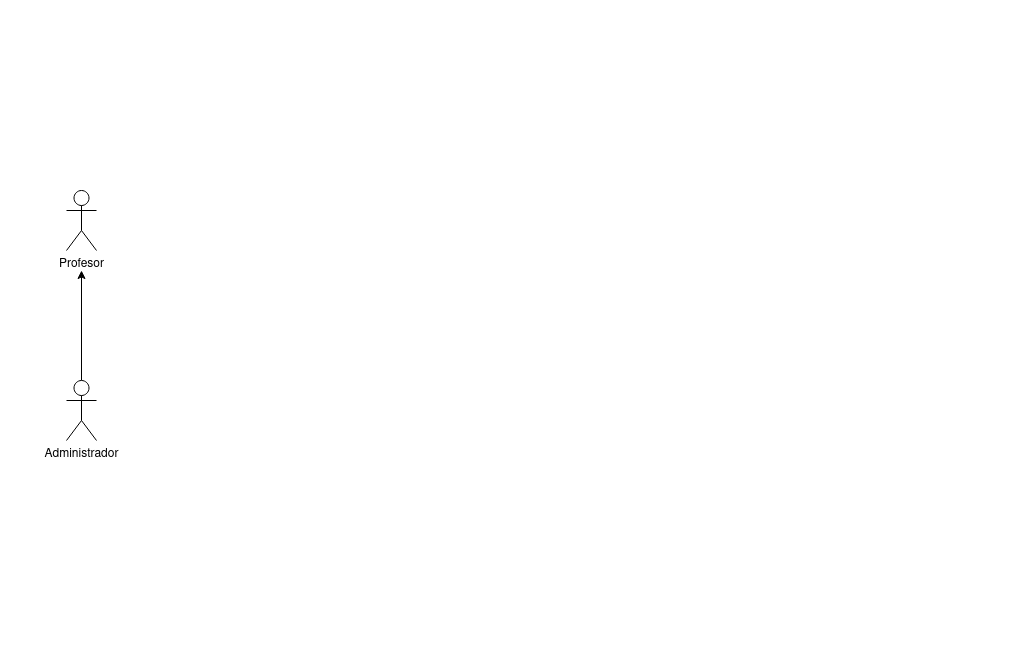
Above: Tareas/casosUso/Tarea6-Gestión Profesores/img/GestionProfesores.drawio.png in colidom/ets (draw.io), before the change. Source tidied: cells renumbered, new cells last; positions are measured from the earlier drawing's top-left corner, leaving out a move shared by most shapes.
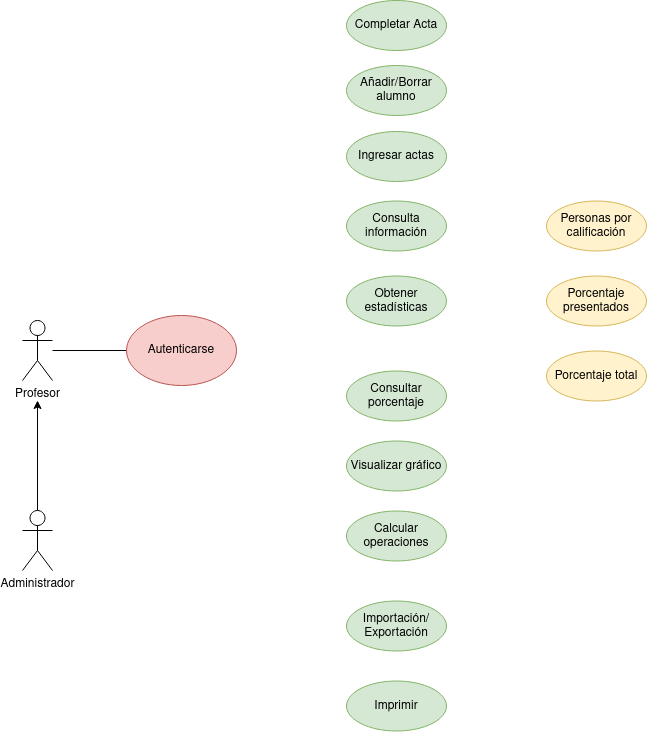
After the change.

What changed in the source:
```diff
@@ -2,9 +2,6 @@
   <root>
     <mxCell id="0" />
     <mxCell id="1" parent="0" />
-    <mxCell id="2" style="rounded=0;whiteSpace=wrap;html=1;strokeColor=none;" parent="1" vertex="1">
-      <mxGeometry width="1020" height="660" as="geometry" />
-    </mxCell>
     <mxCell id="3" value="Profesor" style="shape=umlActor;verticalLabelPosition=bottom;verticalAlign=top;html=1;outlineConnect=0;" parent="1" vertex="1">
       <mxGeometry x="66" y="190" width="30" height="60" as="geometry" />
     </mxCell>
@@ -16,5 +13,50 @@
     <mxCell id="5" value="Administrador" style="shape=umlActor;verticalLabelPosition=bottom;verticalAlign=top;html=1;outlineConnect=0;" parent="1" vertex="1">
       <mxGeometry x="66" y="380" width="30" height="60" as="geometry" />
     </mxCell>
+    <mxCell id="6" value="Completar Acta" style="ellipse;whiteSpace=wrap;html=1;fillColor=#d5e8d4;strokeColor=#82b366;" parent="1" vertex="1">
+      <mxGeometry x="390" y="-130" width="100" height="50" as="geometry" />
+    </mxCell>
+    <mxCell id="7" value="Añadir/Borrar alumno" style="ellipse;whiteSpace=wrap;html=1;fillColor=#d5e8d4;strokeColor=#82b366;" parent="1" vertex="1">
+      <mxGeometry x="390" y="-65" width="100" height="50" as="geometry" />
+    </mxCell>
+    <mxCell id="8" value="Ingresar actas" style="ellipse;whiteSpace=wrap;html=1;fillColor=#d5e8d4;strokeColor=#82b366;" parent="1" vertex="1">
+      <mxGeometry x="390" y="1" width="100" height="50" as="geometry" />
+    </mxCell>
+    <mxCell id="9" style="edgeStyle=orthogonalEdgeStyle;rounded=0;jettySize=auto;html=1;endArrow=none;endFill=0;" parent="1" edge="1" source="10" target="3">
+      <mxGeometry relative="1" as="geometry" />
+    </mxCell>
+    <mxCell id="10" value="Autenticarse" style="ellipse;whiteSpace=wrap;html=1;fillColor=#f8cecc;strokeColor=#b85450;" parent="1" vertex="1">
+      <mxGeometry x="170" y="185" width="110" height="70" as="geometry" />
+    </mxCell>
+    <mxCell id="11" value="Consulta información" style="ellipse;whiteSpace=wrap;html=1;fillColor=#d5e8d4;strokeColor=#82b366;" parent="1" vertex="1">
+      <mxGeometry x="390" y="70.5" width="100" height="50" as="geometry" />
+    </mxCell>
+    <mxCell id="12" value="Obtener estadísticas" style="ellipse;whiteSpace=wrap;html=1;fillColor=#d5e8d4;strokeColor=#82b366;" parent="1" vertex="1">
+      <mxGeometry x="390" y="145.5" width="100" height="50" as="geometry" />
+    </mxCell>
+    <mxCell id="13" value="Personas por calificación" style="ellipse;whiteSpace=wrap;html=1;fillColor=#fff2cc;strokeColor=#d6b656;" parent="1" vertex="1">
+      <mxGeometry x="590" y="70.5" width="100" height="50" as="geometry" />
+    </mxCell>
+    <mxCell id="14" value="Porcentaje presentados" style="ellipse;whiteSpace=wrap;html=1;fillColor=#fff2cc;strokeColor=#d6b656;" parent="1" vertex="1">
+      <mxGeometry x="590" y="145.5" width="100" height="50" as="geometry" />
+    </mxCell>
+    <mxCell id="15" value="Porcentaje total" style="ellipse;whiteSpace=wrap;html=1;fillColor=#fff2cc;strokeColor=#d6b656;" parent="1" vertex="1">
+      <mxGeometry x="590" y="220.5" width="100" height="50" as="geometry" />
+    </mxCell>
+    <mxCell id="16" value="Consultar porcentaje" style="ellipse;whiteSpace=wrap;html=1;fillColor=#d5e8d4;strokeColor=#82b366;" parent="1" vertex="1">
+      <mxGeometry x="390" y="240.5" width="100" height="50" as="geometry" />
+    </mxCell>
+    <mxCell id="17" value="Visualizar gráfico" style="ellipse;whiteSpace=wrap;html=1;fillColor=#d5e8d4;strokeColor=#82b366;" parent="1" vertex="1">
+      <mxGeometry x="390" y="310.5" width="100" height="50" as="geometry" />
+    </mxCell>
+    <mxCell id="18" value="Calcular operaciones" style="ellipse;whiteSpace=wrap;html=1;fillColor=#d5e8d4;strokeColor=#82b366;" parent="1" vertex="1">
+      <mxGeometry x="390" y="380.5" width="100" height="50" as="geometry" />
+    </mxCell>
+    <mxCell id="19" value="&lt;div&gt;Importación/&lt;/div&gt;&lt;div&gt;Exportación&lt;/div&gt;" style="ellipse;whiteSpace=wrap;html=1;fillColor=#d5e8d4;strokeColor=#82b366;" parent="1" vertex="1">
+      <mxGeometry x="390" y="470.5" width="100" height="50" as="geometry" />
+    </mxCell>
+    <mxCell id="20" value="Imprimir" style="ellipse;whiteSpace=wrap;html=1;fillColor=#d5e8d4;strokeColor=#82b366;" parent="1" vertex="1">
+      <mxGeometry x="390" y="550.5" width="100" height="50" as="geometry" />
+    </mxCell>
   </root>
 </mxGraphModel>
```
